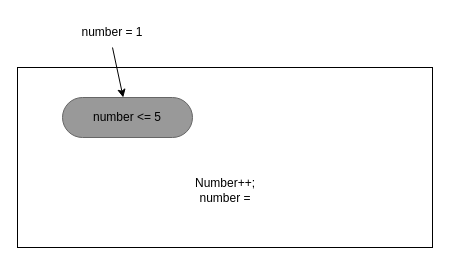
Before: Untitled Diagram.drawio in Asilbek-Bekmurodov/diagram, a draw.io diagram. Source tidied: cells renumbered, new cells numbered last; positions are measured from the earlier drawing's top-left corner, leaving out a move shared by most shapes. Both pictures are drawn from the tidied source at 100%, with x=0, y=0 at pixel (17, 17).
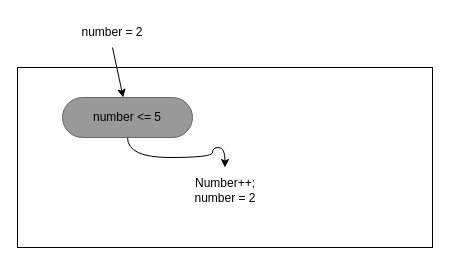
Above is the later version.

The edit, as a diff of the source:
```diff
@@
 <mxGraphModel>
   <root>
     <mxCell id="0" />
     <mxCell id="1" parent="0" />
     <mxCell id="2" style="rounded=0;whiteSpace=wrap;html=1;strokeColor=default;" parent="1" vertex="1">
       <mxGeometry y="50" width="415" height="180" as="geometry" />
     </mxCell>
     <mxCell id="3" style="rounded=0;jettySize=auto;html=1;exitX=0.5;exitY=1;exitDx=0;exitDy=0;" parent="1" edge="1" source="4" target="5">
       <mxGeometry relative="1" as="geometry" />
     </mxCell>
-    <mxCell id="4" value="number = 1" style="text;html=1;align=center;verticalAlign=middle;whiteSpace=wrap;rounded=0;" parent="1" vertex="1">
+    <mxCell id="4" value="number = 2" style="text;html=1;align=center;verticalAlign=middle;whiteSpace=wrap;rounded=0;" parent="1" vertex="1">
       <mxGeometry x="45" width="100" height="30" as="geometry" />
     </mxCell>
+    <mxCell id="7" style="edgeStyle=orthogonalEdgeStyle;curved=1;rounded=0;jettySize=auto;html=1;entryX=0.5;entryY=0;entryDx=0;entryDy=0;" parent="1" edge="1" source="5" target="6">
+      <mxGeometry relative="1" as="geometry" />
+    </mxCell>
     <mxCell id="5" value="number &amp;lt;= 5" style="rounded=1;whiteSpace=wrap;html=1;strokeColor=#666666;fillColor=#999999;arcSize=50;" parent="1" vertex="1">
       <mxGeometry x="45" y="80" width="130" height="40" as="geometry" />
     </mxCell>
-    <mxCell id="6" value="Number++;&lt;div&gt;number =&lt;/div&gt;" style="text;html=1;align=center;verticalAlign=middle;whiteSpace=wrap;rounded=0;" parent="1" vertex="1">
+    <mxCell id="6" value="Number++;&lt;div&gt;number = 2&lt;/div&gt;" style="text;html=1;align=center;verticalAlign=middle;whiteSpace=wrap;rounded=0;" parent="1" vertex="1">
       <mxGeometry x="152.5" y="150" width="110" height="45" as="geometry" />
     </mxCell>
   </root>
 </mxGraphModel>
```
